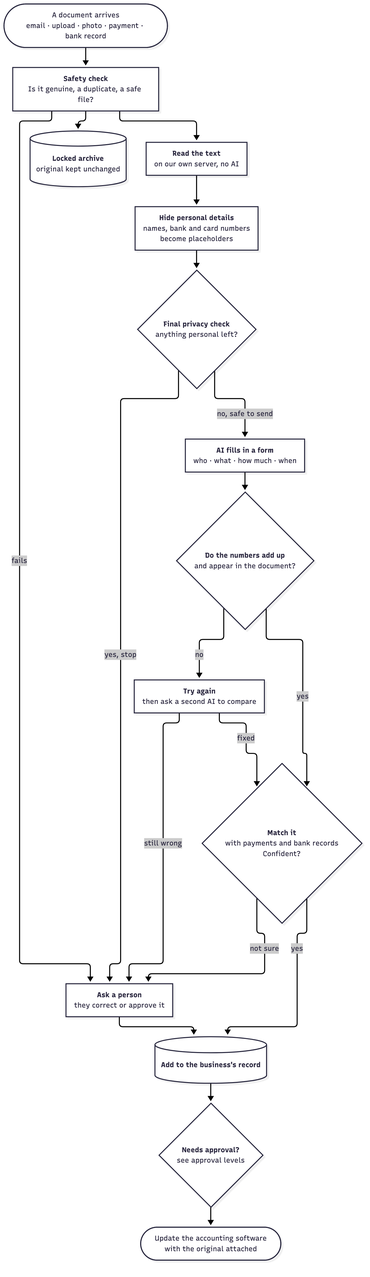
Before: docs/diagrams/ingestion-graph.png, a diagram exported from Mermaid (Rayaan-office/Fintech-2026). Its source is kept beside it as docs/diagrams/ingestion-graph.mmd. The source it was exported from:
```mermaid
%%{init: {"flowchart": {"wrappingWidth": 260}}}%%
flowchart TD
  START(["A document arrives<br/>email · upload · photo · payment · bank record"])
  CHECK["<b>Safety check</b><br/>Is it genuine, a duplicate, a safe file?"]
  STORE[("<b>Locked archive</b><br/>original kept unchanged")]
  READ["<b>Read the text</b><br/>on our own server, no AI"]
  HIDE["<b>Hide personal details</b><br/>names, bank and card numbers<br/>become placeholders"]
  GUARD{"<b>Final privacy check</b><br/>anything personal left?"}
  AIREAD["<b>AI fills in a form</b><br/>who · what · how much · when"]
  SUM{"<b>Do the numbers add up</b><br/>and appear in the document?"}
  RETRY["<b>Try again</b><br/>then ask a second AI to compare"]
  MATCH{"<b>Match it</b><br/>with payments and bank records<br/>Confident?"}
  PERSON["<b>Ask a person</b><br/>they correct or approve it"]
  BOOKS[("<b>Add to the business's record</b>")]
  APPROVE{"<b>Needs approval?</b><br/>see approval levels"}
  SYNC(["Update the accounting software<br/>with the original attached"])

  START --> CHECK
  CHECK -- "fails" --> PERSON
  CHECK --> STORE
  CHECK --> READ --> HIDE --> GUARD
  GUARD -- "yes, stop" --> PERSON
  GUARD -- "no, safe to send" --> AIREAD --> SUM
  SUM -- "yes" --> MATCH
  SUM -- "no" --> RETRY
  RETRY -- "fixed" --> MATCH
  RETRY -- "still wrong" --> PERSON
  MATCH -- "yes" --> BOOKS
  MATCH -- "not sure" --> PERSON
  PERSON --> BOOKS
  BOOKS --> APPROVE --> SYNC
```
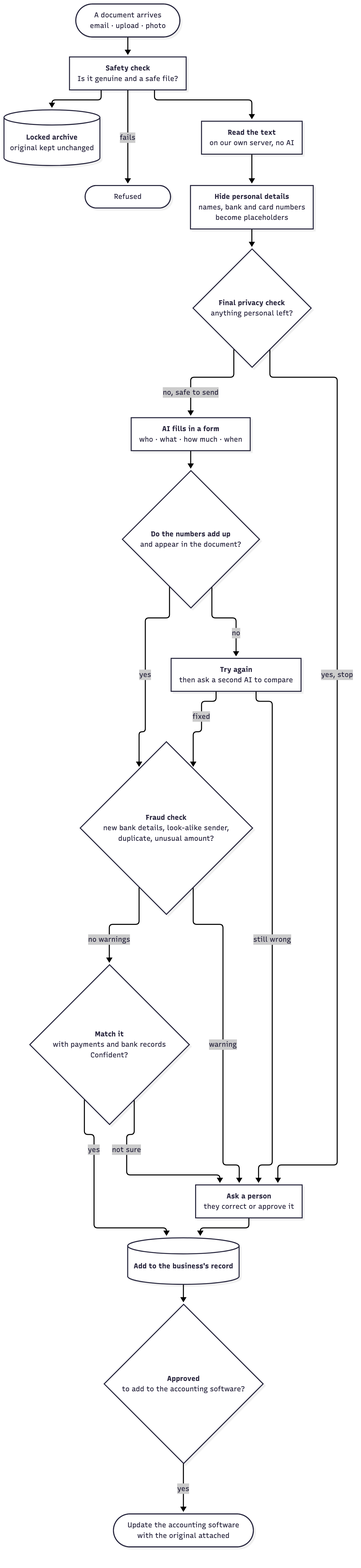
Above is the later version.

Change to the diagram source:
```diff
@@ -1,7 +1,7 @@
 %%{init: {"flowchart": {"wrappingWidth": 260}}}%%
 flowchart TD
-  START(["A document arrives<br/>email · upload · photo · payment · bank record"])
-  CHECK["<b>Safety check</b><br/>Is it genuine, a duplicate, a safe file?"]
+  START(["A document arrives<br/>email · upload · photo"])
+  CHECK["<b>Safety check</b><br/>Is it genuine and a safe file?"]
   STORE[("<b>Locked archive</b><br/>original kept unchanged")]
   READ["<b>Read the text</b><br/>on our own server, no AI"]
   HIDE["<b>Hide personal details</b><br/>names, bank and card numbers<br/>become placeholders"]
@@ -9,23 +9,28 @@
   AIREAD["<b>AI fills in a form</b><br/>who · what · how much · when"]
   SUM{"<b>Do the numbers add up</b><br/>and appear in the document?"}
   RETRY["<b>Try again</b><br/>then ask a second AI to compare"]
+  FRAUD{"<b>Fraud check</b><br/>new bank details, look-alike sender,<br/>duplicate, unusual amount?"}
+  REFUSE(["Refused"])
   MATCH{"<b>Match it</b><br/>with payments and bank records<br/>Confident?"}
   PERSON["<b>Ask a person</b><br/>they correct or approve it"]
   BOOKS[("<b>Add to the business's record</b>")]
-  APPROVE{"<b>Needs approval?</b><br/>see approval levels"}
+  APPROVE{"<b>Approved</b><br/>to add to the accounting software?"}
   SYNC(["Update the accounting software<br/>with the original attached"])
 
   START --> CHECK
-  CHECK -- "fails" --> PERSON
+  CHECK -- "fails" --> REFUSE
   CHECK --> STORE
   CHECK --> READ --> HIDE --> GUARD
   GUARD -- "yes, stop" --> PERSON
   GUARD -- "no, safe to send" --> AIREAD --> SUM
-  SUM -- "yes" --> MATCH
+  SUM -- "yes" --> FRAUD
   SUM -- "no" --> RETRY
-  RETRY -- "fixed" --> MATCH
+  RETRY -- "fixed" --> FRAUD
+  FRAUD -- "no warnings" --> MATCH
+  FRAUD -- "warning" --> PERSON
   RETRY -- "still wrong" --> PERSON
   MATCH -- "yes" --> BOOKS
   MATCH -- "not sure" --> PERSON
   PERSON --> BOOKS
-  BOOKS --> APPROVE --> SYNC
+  BOOKS --> APPROVE
+  APPROVE -- "yes" --> SYNC
```
